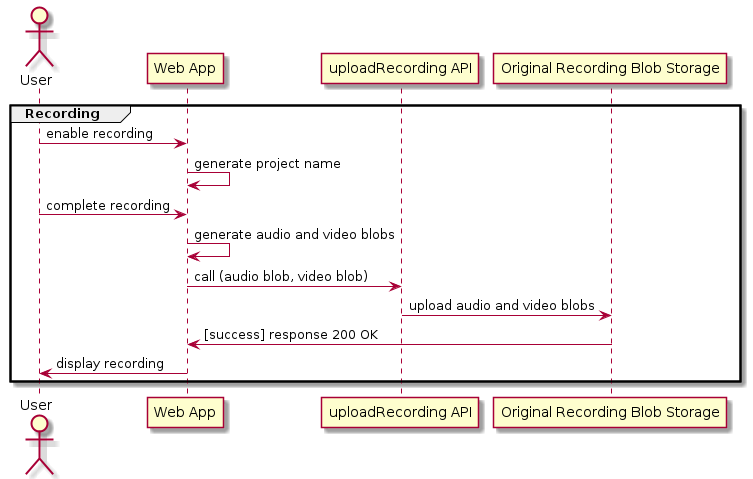
Earlier version of the PlantUML export out/examples/recording/recording.png (jennifer-platt/ECM2429-UML). Its diagram source:
```plantuml
@startuml recording

Actor User

group Recording
User -> "Web App": enable recording
"Web App" <- "Web App": generate project name
User -> "Web App": complete recording

"Web App" <- "Web App": generate audio and video blobs
"Web App" -> "uploadRecording API": call (audio blob, video blob)
"uploadRecording API" -> "Original Recording Blob Storage": upload audio and video blobs
"Web App" <- "Original Recording Blob Storage": [success] response 200 OK
User <- "Web App": display recording

end

@enduml
```
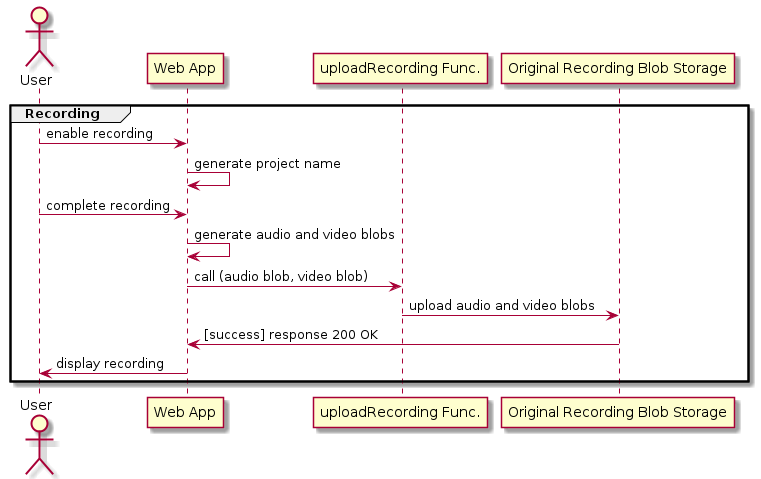
After the commit.

What changed in the source:
```diff
@@ -8,8 +8,8 @@
 User -> "Web App": complete recording
 
 "Web App" <- "Web App": generate audio and video blobs
-"Web App" -> "uploadRecording API": call (audio blob, video blob)
-"uploadRecording API" -> "Original Recording Blob Storage": upload audio and video blobs
+"Web App" -> "uploadRecording Func.": call (audio blob, video blob)
+"uploadRecording Func." -> "Original Recording Blob Storage": upload audio and video blobs
 "Web App" <- "Original Recording Blob Storage": [success] response 200 OK
 User <- "Web App": display recording
 
```
